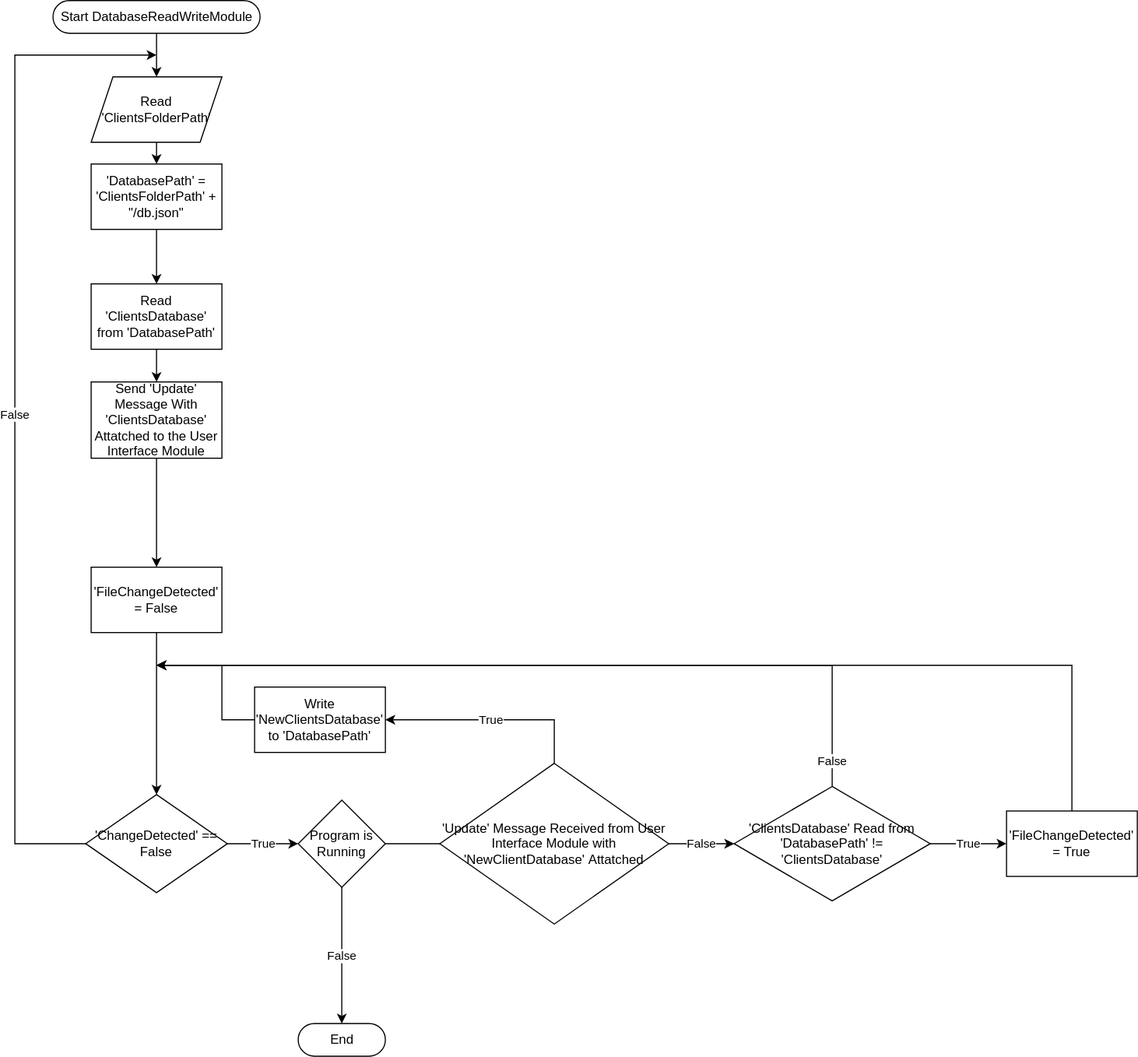
The draw.io diagram docs/module-2/flowchart.drawio.svg in amydevs/property-client-manager, before a commit. Source tidied: cells renumbered, new cells last; positions are measured from the earlier drawing's top-left corner, leaving out a move shared by most shapes.
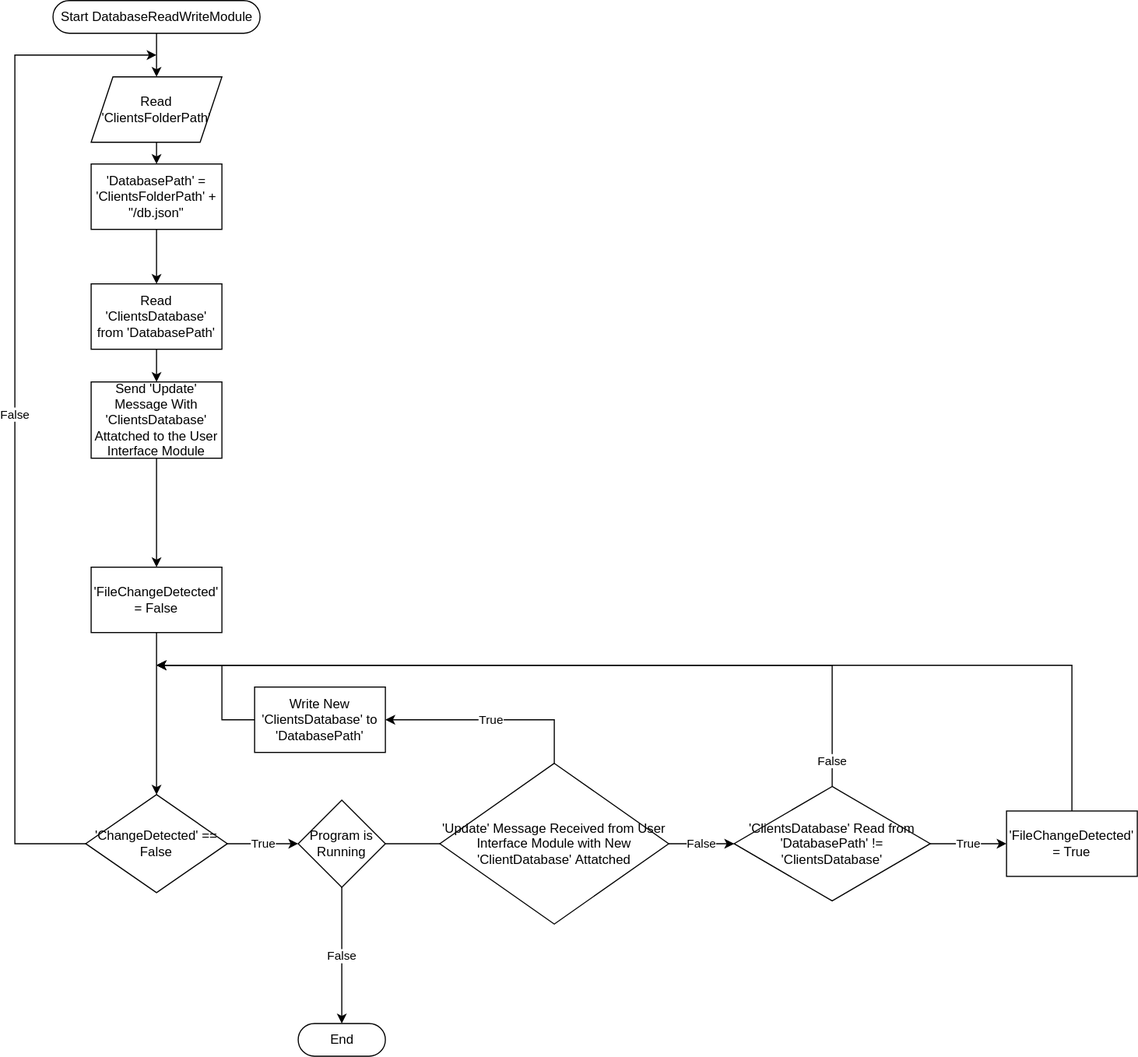
The same diagram one commit later.

What changed in the source:
```diff
@@ -95,7 +95,7 @@
     <mxCell id="26" value="True" style="edgeStyle=orthogonalEdgeStyle;rounded=0;html=1;exitX=0.5;exitY=0;exitDx=0;exitDy=0;entryX=1;entryY=0.5;entryDx=0;entryDy=0;" parent="1" edge="1" source="27" target="30">
       <mxGeometry relative="1" as="geometry" />
     </mxCell>
-    <mxCell id="27" value="'Update' Message Received from User Interface Module with 'NewClientDatabase'&amp;nbsp;Attatched" style="rhombus;whiteSpace=wrap;html=1;" parent="1" vertex="1">
+    <mxCell id="27" value="'Update' Message Received from User Interface Module with New 'ClientDatabase'&amp;nbsp;Attatched" style="rhombus;whiteSpace=wrap;html=1;" parent="1" vertex="1">
       <mxGeometry x="390" y="700" width="210" height="147.5" as="geometry" />
     </mxCell>
     <mxCell id="28" style="edgeStyle=orthogonalEdgeStyle;rounded=0;html=1;endArrow=none;" parent="1" edge="1" source="20" target="27">
@@ -110,7 +110,7 @@
         </Array>
       </mxGeometry>
     </mxCell>
-    <mxCell id="30" value="Write 'NewClientsDatabase' to 'DatabasePath'" style="rounded=0;whiteSpace=wrap;html=1;" parent="1" vertex="1">
+    <mxCell id="30" value="Write New 'ClientsDatabase' to 'DatabasePath'" style="rounded=0;whiteSpace=wrap;html=1;" parent="1" vertex="1">
       <mxGeometry x="220" y="630" width="120" height="60" as="geometry" />
     </mxCell>
   </root>
```
